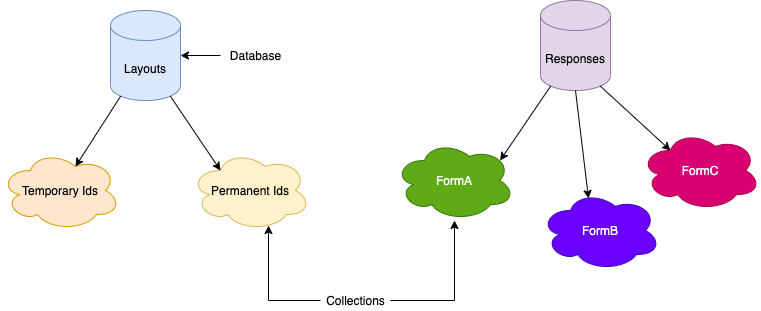
This is design_images/Design-DataModel.png from paulologeh/flexforms, a draw.io export, as it was before one commit. Source tidied: cells renumbered, new cells last; positions are measured from the earlier drawing's top-left corner, leaving out a move shared by most shapes.
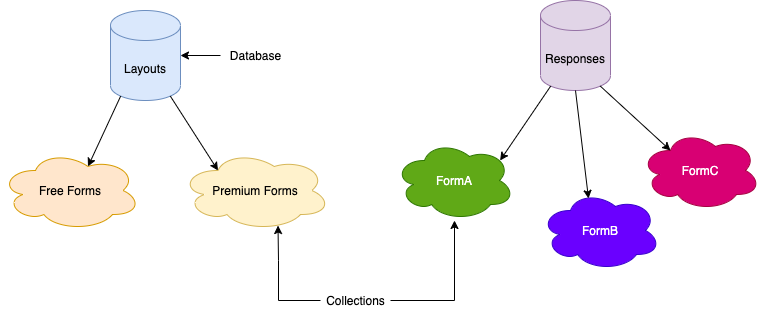
After the change.

The edit, as a diff of the source:
```diff
@@ -8,11 +8,11 @@
     <mxCell id="3" value="Responses" style="shape=cylinder3;whiteSpace=wrap;html=1;boundedLbl=1;backgroundOutline=1;size=15;fillColor=#e1d5e7;strokeColor=#9673a6;" parent="1" vertex="1">
       <mxGeometry x="540" width="70" height="90" as="geometry" />
     </mxCell>
-    <mxCell id="4" value="Permanent Ids" style="ellipse;shape=cloud;whiteSpace=wrap;html=1;fillColor=#fff2cc;strokeColor=#d6b656;" parent="1" vertex="1">
-      <mxGeometry x="190" y="150" width="120" height="80" as="geometry" />
+    <mxCell id="4" value="Premium Forms" style="ellipse;shape=cloud;whiteSpace=wrap;html=1;fillColor=#fff2cc;strokeColor=#d6b656;" parent="1" vertex="1">
+      <mxGeometry x="180" y="150" width="150" height="80" as="geometry" />
     </mxCell>
-    <mxCell id="5" value="Temporary Ids" style="ellipse;shape=cloud;whiteSpace=wrap;html=1;fillColor=#ffe6cc;strokeColor=#d79b00;" parent="1" vertex="1">
-      <mxGeometry y="150" width="120" height="80" as="geometry" />
+    <mxCell id="5" value="Free Forms" style="ellipse;shape=cloud;whiteSpace=wrap;html=1;fillColor=#ffe6cc;strokeColor=#d79b00;" parent="1" vertex="1">
+      <mxGeometry y="150" width="140" height="80" as="geometry" />
     </mxCell>
     <mxCell id="6" style="endArrow=classic;html=1;entryX=0.25;entryY=0.25;entryDx=0;entryDy=0;entryPerimeter=0;exitX=0.855;exitY=1;exitDx=0;exitDy=-4.35;exitPerimeter=0;" parent="1" edge="1" source="2" target="4">
       <mxGeometry relative="1" as="geometry" />
@@ -48,7 +48,12 @@
       <mxGeometry relative="1" as="geometry" />
     </mxCell>
     <mxCell id="17" style="edgeStyle=orthogonalEdgeStyle;rounded=0;jettySize=auto;html=1;entryX=0.65;entryY=0.938;entryDx=0;entryDy=0;entryPerimeter=0;" parent="1" edge="1" source="18" target="4">
-      <mxGeometry relative="1" as="geometry" />
+      <mxGeometry relative="1" as="geometry">
+        <Array as="points">
+          <mxPoint x="278" y="300" />
+          <mxPoint x="278" y="260" />
+        </Array>
+      </mxGeometry>
     </mxCell>
     <mxCell id="18" value="Collections" style="text;html=1;align=center;verticalAlign=middle;points=[];" parent="1" vertex="1">
       <mxGeometry x="320" y="290" width="70" height="20" as="geometry" />
```
